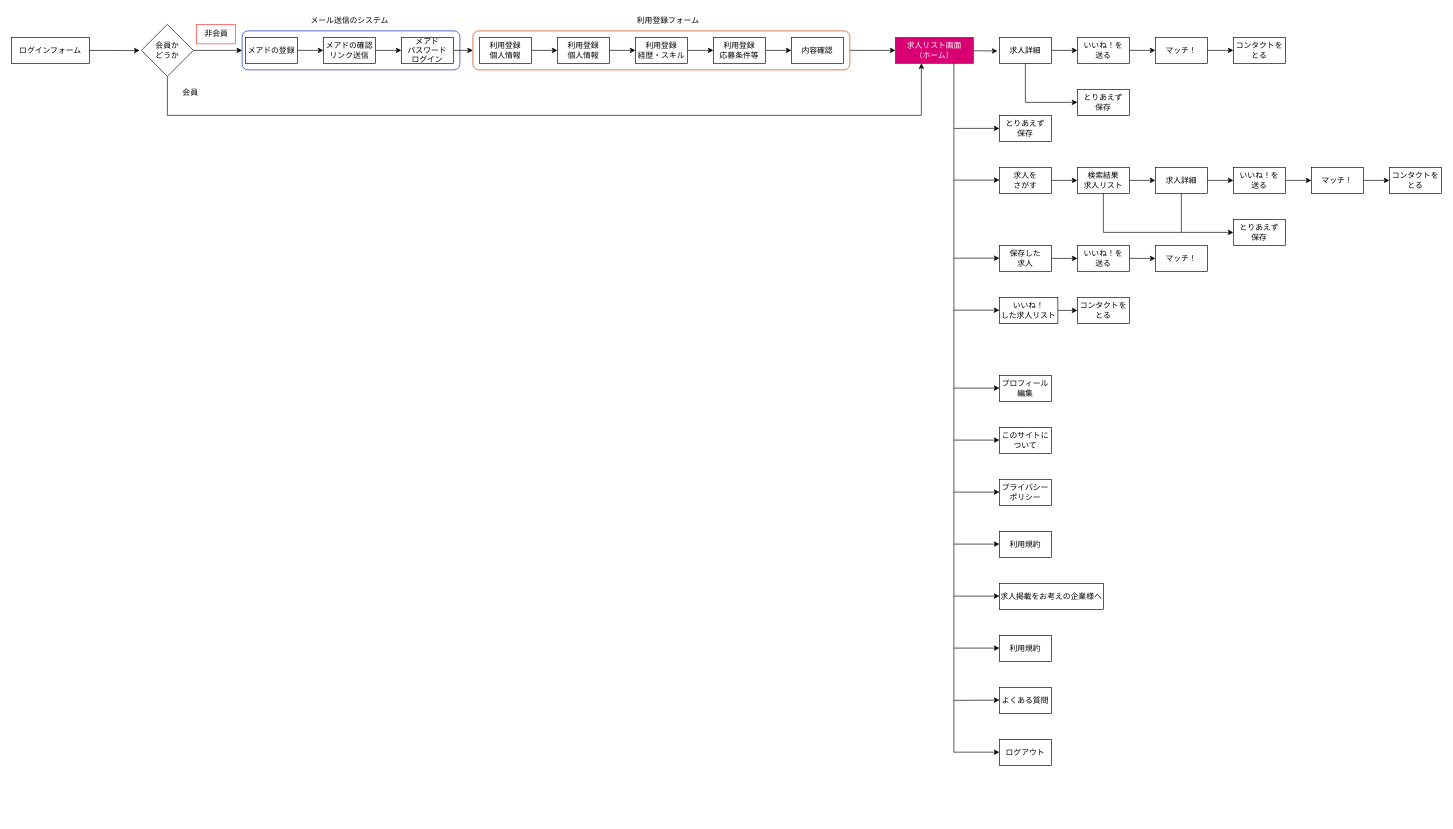
This is sitemap.dio from Noguchi5tag/Laravel-Vue-Match, a draw.io file, before an edit. Source tidied: cells renumbered, new cells numbered last; positions are measured from the earlier drawing's top-left corner, leaving out a move shared by most shapes. Both pictures are drawn from the tidied source at 65%, with x=0, y=0 at pixel (11, 11).
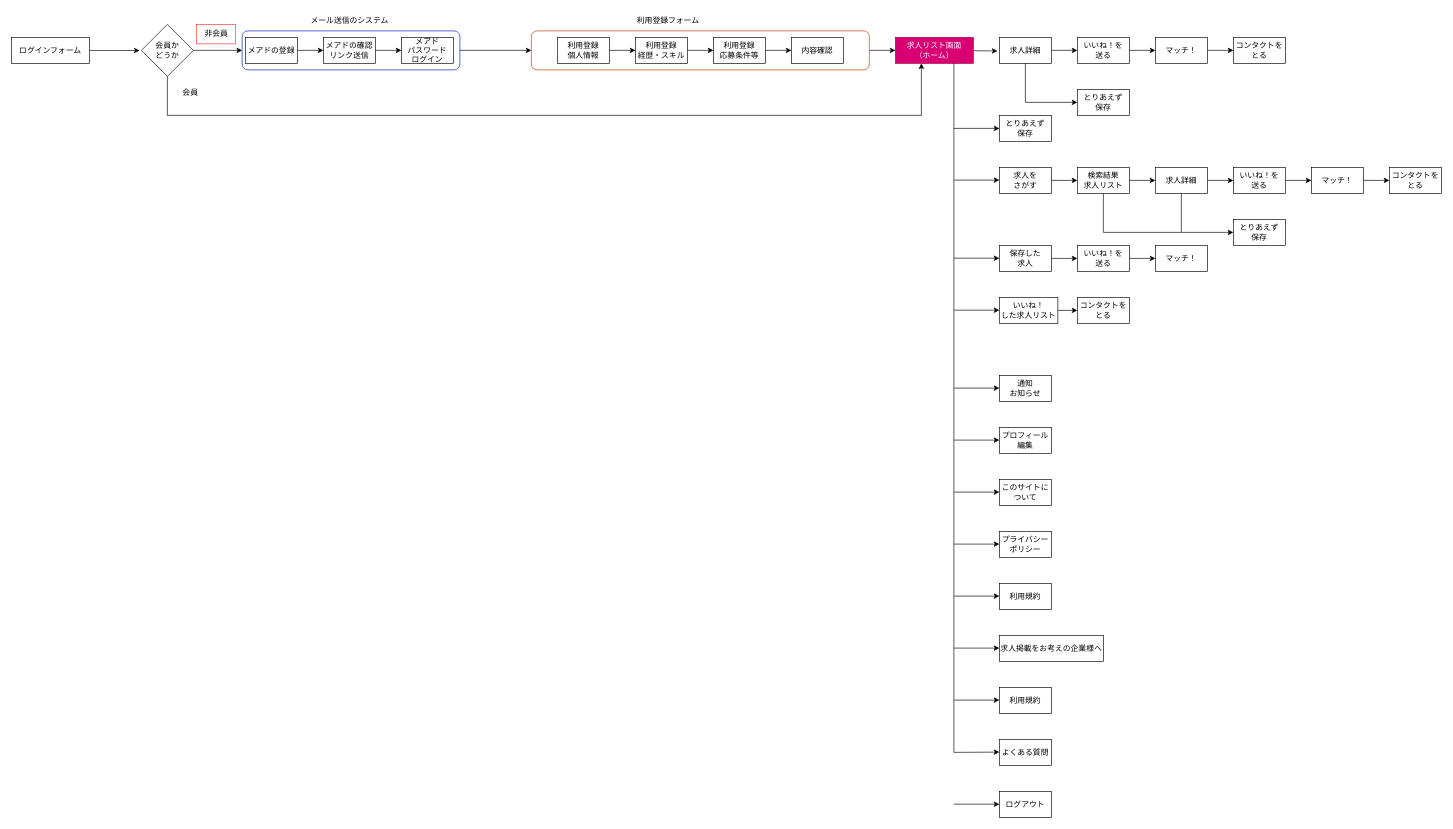
The same diagram, later.

Unchanged cells that the change refers to:
```xml
<mxCell id="14" value="利用登録&lt;br&gt;個人情報" style="rounded=0;whiteSpace=wrap;html=1;" parent="1" vertex="1">
  <mxGeometry x="840" y="40" width="80" height="40" as="geometry" />
</mxCell>
<mxCell id="16" value="利用登録&lt;br&gt;経歴・スキル" style="rounded=0;whiteSpace=wrap;html=1;" parent="1" vertex="1">
  <mxGeometry x="960" y="40" width="80" height="40" as="geometry" />
</mxCell>
<mxCell id="18" value="利用登録&lt;br&gt;応募条件等" style="rounded=0;whiteSpace=wrap;html=1;" parent="1" vertex="1">
  <mxGeometry x="1080" y="40" width="80" height="40" as="geometry" />
</mxCell>
<mxCell id="22" style="rounded=1;whiteSpace=wrap;html=1;strokeColor=#001DBC;fillColor=none;fontColor=#ffffff;" parent="1" vertex="1">
  <mxGeometry x="355" y="30" width="335" height="60" as="geometry" />
</mxCell>
<mxCell id="28" value="メアド&lt;br&gt;パスワード&lt;br&gt;ログイン" style="rounded=0;whiteSpace=wrap;html=1;" parent="1" vertex="1">
  <mxGeometry x="600" y="40" width="80" height="40" as="geometry" />
</mxCell>
```

Change to the diagram source:
```diff
@@
     <mxCell id="6" value="ログアウト" style="rounded=0;whiteSpace=wrap;html=1;" parent="1" vertex="1">
-      <mxGeometry x="1520" y="1120" width="80" height="40" as="geometry" />
+      <mxGeometry x="1520" y="1200" width="80" height="40" as="geometry" />
     </mxCell>
@@
-    <mxCell id="11" style="edgeStyle=none;html=1;entryX=0;entryY=0.5;entryDx=0;entryDy=0;" parent="1" edge="1" target="14">
-      <mxGeometry relative="1" as="geometry">
-        <mxPoint x="800" y="60" as="sourcePoint" />
-      </mxGeometry>
-    </mxCell>
-    <mxCell id="12" value="利用登録&lt;br&gt;個人情報" style="rounded=0;whiteSpace=wrap;html=1;" parent="1" vertex="1">
-      <mxGeometry x="720" y="40" width="80" height="40" as="geometry" />
-    </mxCell>
@@
-    <mxCell id="15" style="edgeStyle=none;html=1;entryX=0;entryY=0.5;entryDx=0;entryDy=0;" parent="1" edge="1" source="16" target="18">
+    <mxCell id="15" style="edgeStyle=none;html=1;exitX=1;exitY=0.5;exitDx=0;exitDy=0;entryX=0;entryY=0.5;entryDx=0;entryDy=0;" parent="1" edge="1" source="16" target="18">
       <mxGeometry relative="1" as="geometry" />
     </mxCell>
@@
+    <mxCell id="89" style="edgeStyle=none;html=1;exitX=1;exitY=0.5;exitDx=0;exitDy=0;entryX=0;entryY=0.5;entryDx=0;entryDy=0;" parent="1" edge="1" source="22" target="25">
+      <mxGeometry relative="1" as="geometry" />
+    </mxCell>
@@
-    <mxCell id="25" style="rounded=1;whiteSpace=wrap;html=1;strokeColor=#C73500;fillColor=none;fontColor=#000000;" parent="1" vertex="1">
-      <mxGeometry x="710" y="30" width="580" height="60" as="geometry" />
-    </mxCell>
@@
-    <mxCell id="27" style="edgeStyle=none;html=1;exitX=1;exitY=0.5;exitDx=0;exitDy=0;" parent="1" edge="1" source="28" target="25">
-      <mxGeometry relative="1" as="geometry" />
-    </mxCell>
@@
     <mxCell id="51" value="&lt;div&gt;このサイトに&lt;/div&gt;&lt;div&gt;ついて&lt;/div&gt;" style="rounded=0;whiteSpace=wrap;html=1;" parent="1" vertex="1">
-      <mxGeometry x="1520" y="640" width="80" height="40" as="geometry" />
+      <mxGeometry x="1520" y="720" width="80" height="40" as="geometry" />
     </mxCell>
     <mxCell id="52" style="endArrow=classic;html=1;" parent="1" edge="1">
       <mxGeometry relative="1" as="geometry">
-        <mxPoint x="1450" y="659.6" as="sourcePoint" />
-        <mxPoint x="1520" y="659.6" as="targetPoint" />
+        <mxPoint x="1450" y="739.6" as="sourcePoint" />
+        <mxPoint x="1520" y="739.6" as="targetPoint" />
       </mxGeometry>
     </mxCell>
     <mxCell id="53" value="&lt;div&gt;プライバシー&lt;/div&gt;&lt;span style=&quot;background-color: initial;&quot;&gt;ポリシー&lt;/span&gt;&lt;span style=&quot;color: rgba(0, 0, 0, 0); font-family: monospace; font-size: 0px; text-align: start;&quot;&gt;&lt;br&gt;&lt;/span&gt;" style="rounded=0;whiteSpace=wrap;html=1;" parent="1" vertex="1">
-      <mxGeometry x="1520" y="720" width="80" height="40" as="geometry" />
+      <mxGeometry x="1520" y="800" width="80" height="40" as="geometry" />
     </mxCell>
     <mxCell id="54" value="利用規約" style="rounded=0;whiteSpace=wrap;html=1;" parent="1" vertex="1">
-      <mxGeometry x="1520" y="800" width="80" height="40" as="geometry" />
+      <mxGeometry x="1520" y="880" width="80" height="40" as="geometry" />
     </mxCell>
     <mxCell id="55" value="求人掲載をお考えの企業様へ" style="rounded=0;whiteSpace=wrap;html=1;" parent="1" vertex="1">
-      <mxGeometry x="1520" y="880" width="160" height="40" as="geometry" />
+      <mxGeometry x="1520" y="960" width="160" height="40" as="geometry" />
     </mxCell>
     <mxCell id="56" value="利用規約" style="rounded=0;whiteSpace=wrap;html=1;" parent="1" vertex="1">
-      <mxGeometry x="1520" y="960" width="80" height="40" as="geometry" />
+      <mxGeometry x="1520" y="1040" width="80" height="40" as="geometry" />
     </mxCell>
     <mxCell id="57" value="よくある質問" style="rounded=0;whiteSpace=wrap;html=1;" parent="1" vertex="1">
-      <mxGeometry x="1520" y="1040" width="80" height="40" as="geometry" />
+      <mxGeometry x="1520" y="1120" width="80" height="40" as="geometry" />
     </mxCell>
     <mxCell id="58" style="endArrow=classic;html=1;" parent="1" edge="1">
       <mxGeometry relative="1" as="geometry">
-        <mxPoint x="1450" y="739.6" as="sourcePoint" />
-        <mxPoint x="1520" y="739.6" as="targetPoint" />
+        <mxPoint x="1450" y="819.6" as="sourcePoint" />
+        <mxPoint x="1520" y="819.6" as="targetPoint" />
       </mxGeometry>
     </mxCell>
     <mxCell id="59" style="endArrow=classic;html=1;" parent="1" edge="1">
       <mxGeometry relative="1" as="geometry">
-        <mxPoint x="1450" y="819.6" as="sourcePoint" />
-        <mxPoint x="1520" y="819.6" as="targetPoint" />
+        <mxPoint x="1450" y="899.6" as="sourcePoint" />
+        <mxPoint x="1520" y="899.6" as="targetPoint" />
       </mxGeometry>
     </mxCell>
     <mxCell id="60" style="endArrow=classic;html=1;" parent="1" edge="1">
       <mxGeometry relative="1" as="geometry">
-        <mxPoint x="1450" y="899.6" as="sourcePoint" />
-        <mxPoint x="1520" y="899.6" as="targetPoint" />
+        <mxPoint x="1450" y="979.6" as="sourcePoint" />
+        <mxPoint x="1520" y="979.6" as="targetPoint" />
       </mxGeometry>
     </mxCell>
     <mxCell id="61" style="endArrow=classic;html=1;" parent="1" edge="1">
       <mxGeometry relative="1" as="geometry">
-        <mxPoint x="1450" y="979.6" as="sourcePoint" />
-        <mxPoint x="1520" y="979.6" as="targetPoint" />
+        <mxPoint x="1450" y="1059.6" as="sourcePoint" />
+        <mxPoint x="1520" y="1059.6" as="targetPoint" />
       </mxGeometry>
     </mxCell>
     <mxCell id="62" style="endArrow=classic;html=1;" parent="1" edge="1">
       <mxGeometry relative="1" as="geometry">
-        <mxPoint x="1450" y="1060" as="sourcePoint" />
-        <mxPoint x="1520" y="1059.6" as="targetPoint" />
+        <mxPoint x="1450" y="1140" as="sourcePoint" />
+        <mxPoint x="1520" y="1139.6" as="targetPoint" />
       </mxGeometry>
     </mxCell>
@@
     <mxCell id="83" style="endArrow=classic;html=1;" parent="1" edge="1">
       <mxGeometry relative="1" as="geometry">
-        <mxPoint x="1450" y="1139.7" as="sourcePoint" />
-        <mxPoint x="1520" y="1139.7" as="targetPoint" />
+        <mxPoint x="1450" y="1219.7" as="sourcePoint" />
+        <mxPoint x="1520" y="1219.7" as="targetPoint" />
       </mxGeometry>
     </mxCell>
     <mxCell id="84" value="&lt;div&gt;プロフィール&lt;/div&gt;&lt;div&gt;編集&lt;/div&gt;" style="rounded=0;whiteSpace=wrap;html=1;" parent="1" vertex="1">
-      <mxGeometry x="1520" y="560" width="80" height="40" as="geometry" />
+      <mxGeometry x="1520" y="640" width="80" height="40" as="geometry" />
     </mxCell>
     <mxCell id="85" style="endArrow=classic;html=1;" parent="1" edge="1">
       <mxGeometry relative="1" as="geometry">
-        <mxPoint x="1450" y="579.6" as="sourcePoint" />
-        <mxPoint x="1520" y="579.6" as="targetPoint" />
+        <mxPoint x="1450" y="659.6" as="sourcePoint" />
+        <mxPoint x="1520" y="659.6" as="targetPoint" />
       </mxGeometry>
     </mxCell>
@@
+    <mxCell id="25" style="rounded=1;whiteSpace=wrap;html=1;strokeColor=#C73500;fillColor=none;fontColor=#000000;" parent="1" vertex="1">
+      <mxGeometry x="800" y="30" width="520" height="60" as="geometry" />
+    </mxCell>
+    <mxCell id="90" value="通知&lt;br&gt;お知らせ" style="rounded=0;whiteSpace=wrap;html=1;" parent="1" vertex="1">
+      <mxGeometry x="1520" y="560" width="80" height="40" as="geometry" />
+    </mxCell>
+    <mxCell id="91" style="endArrow=classic;html=1;" parent="1" edge="1">
+      <mxGeometry relative="1" as="geometry">
+        <mxPoint x="1450" y="579.6" as="sourcePoint" />
+        <mxPoint x="1520" y="579.6" as="targetPoint" />
+      </mxGeometry>
+    </mxCell>
```
